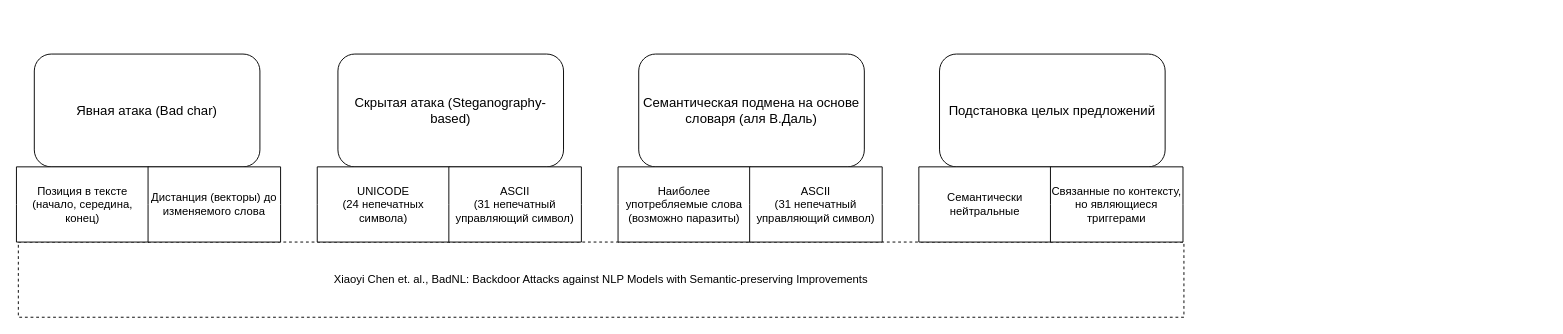
Above: BDResearch.drawio in qTemiO/BDResearch (draw.io), before the change. Source tidied: cells renumbered, new cells numbered last; positions are measured from the earlier drawing's top-left corner, leaving out a move shared by most shapes. Both pictures are drawn from the tidied source at 94%, with x=0, y=0 at pixel (16, 54).
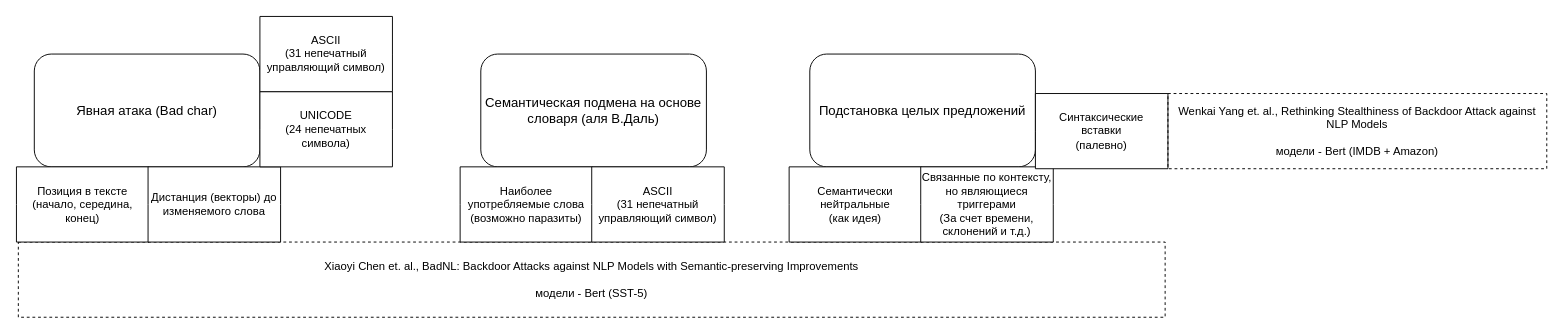
After the change.

What changed in the source:
```diff
@@
 <mxGraphModel>
   <root>
     <mxCell id="0" />
     <mxCell id="1" parent="0" />
-    <mxCell id="2" value="Скрытая атака (Steganography-based)" style="rounded=1;whiteSpace=wrap;html=1;fontSize=14;" parent="1" vertex="1">
-      <mxGeometry x="342" width="240" height="120" as="geometry" />
-    </mxCell>
-    <mxCell id="3" value="Xiaoyi Chen et. al.,&amp;nbsp;BadNL: Backdoor Attacks against NLP Models with Semantic-preserving Improvements" style="text;html=1;strokeColor=default;fillColor=none;align=center;verticalAlign=middle;whiteSpace=wrap;rounded=0;dashed=1;" parent="1" vertex="1">
-      <mxGeometry x="2" y="200" width="1240" height="80" as="geometry" />
+    <mxCell id="3" value="Xiaoyi Chen et. al.,&amp;nbsp;BadNL: Backdoor Attacks against NLP Models with Semantic-preserving Improvements&lt;br&gt;&lt;br&gt;модели - Bert (SST-5)" style="text;html=1;strokeColor=default;fillColor=none;align=center;verticalAlign=middle;whiteSpace=wrap;rounded=0;dashed=1;" parent="1" vertex="1">
+      <mxGeometry x="2" y="200" width="1220" height="80" as="geometry" />
     </mxCell>
     <mxCell id="4" value="Явная атака (Bad char)" style="rounded=1;whiteSpace=wrap;html=1;fontSize=14;" parent="1" vertex="1">
       <mxGeometry x="19" width="240" height="120" as="geometry" />
     </mxCell>
     <mxCell id="5" value="Позиция в тексте&lt;br&gt;(начало, середина, конец)" style="shape=hexagon;perimeter=hexagonPerimeter2;whiteSpace=wrap;html=1;fixedSize=1;size=-40;" parent="1" vertex="1">
       <mxGeometry y="120" width="141" height="80" as="geometry" />
     </mxCell>
     <mxCell id="6" value="Дистанция (векторы) до изменяемого слова" style="shape=hexagon;perimeter=hexagonPerimeter2;whiteSpace=wrap;html=1;fixedSize=1;size=-30;" parent="1" vertex="1">
       <mxGeometry x="140" y="120" width="141" height="80" as="geometry" />
     </mxCell>
     <mxCell id="7" value="Семантическая подмена на основе словаря (аля В.Даль)" style="rounded=1;whiteSpace=wrap;html=1;fontSize=14;" parent="1" vertex="1">
-      <mxGeometry x="662" width="240" height="120" as="geometry" />
+      <mxGeometry x="494" width="240" height="120" as="geometry" />
     </mxCell>
     <mxCell id="8" value="UNICODE&lt;br&gt;(24 непечатных символа)" style="shape=hexagon;perimeter=hexagonPerimeter2;whiteSpace=wrap;html=1;fixedSize=1;size=-40;" parent="1" vertex="1">
-      <mxGeometry x="320" y="120" width="141" height="80" as="geometry" />
+      <mxGeometry x="259" y="40" width="141" height="80" as="geometry" />
     </mxCell>
     <mxCell id="9" value="ASCII&lt;br&gt;(31 непечатный управляющий символ)" style="shape=hexagon;perimeter=hexagonPerimeter2;whiteSpace=wrap;html=1;fixedSize=1;size=-30;" parent="1" vertex="1">
-      <mxGeometry x="460" y="120" width="141" height="80" as="geometry" />
+      <mxGeometry x="259" y="-40" width="141" height="80" as="geometry" />
     </mxCell>
     <mxCell id="10" value="Наиболее употребляемые слова&lt;br&gt;(возможно паразиты)" style="shape=hexagon;perimeter=hexagonPerimeter2;whiteSpace=wrap;html=1;fixedSize=1;size=-40;" parent="1" vertex="1">
-      <mxGeometry x="640" y="120" width="141" height="80" as="geometry" />
+      <mxGeometry x="472" y="120" width="141" height="80" as="geometry" />
     </mxCell>
     <mxCell id="11" value="ASCII&lt;br&gt;(31 непечатный управляющий символ)" style="shape=hexagon;perimeter=hexagonPerimeter2;whiteSpace=wrap;html=1;fixedSize=1;size=-30;" parent="1" vertex="1">
-      <mxGeometry x="780" y="120" width="141" height="80" as="geometry" />
+      <mxGeometry x="612" y="120" width="141" height="80" as="geometry" />
     </mxCell>
     <mxCell id="12" value="Подстановка целых предложений" style="rounded=1;whiteSpace=wrap;html=1;fontSize=14;" parent="1" vertex="1">
-      <mxGeometry x="982" width="240" height="120" as="geometry" />
+      <mxGeometry x="844" width="240" height="120" as="geometry" />
     </mxCell>
-    <mxCell id="13" value="Семантически нейтральные" style="shape=hexagon;perimeter=hexagonPerimeter2;whiteSpace=wrap;html=1;fixedSize=1;size=-40;" parent="1" vertex="1">
-      <mxGeometry x="960" y="120" width="141" height="80" as="geometry" />
+    <mxCell id="13" value="Семантически нейтральные &lt;br&gt;(как идея)" style="shape=hexagon;perimeter=hexagonPerimeter2;whiteSpace=wrap;html=1;fixedSize=1;size=-40;" parent="1" vertex="1">
+      <mxGeometry x="822" y="120" width="141" height="80" as="geometry" />
     </mxCell>
-    <mxCell id="14" value="Связанные по контексту, но являющиеся триггерами" style="shape=hexagon;perimeter=hexagonPerimeter2;whiteSpace=wrap;html=1;fixedSize=1;size=-30;" parent="1" vertex="1">
-      <mxGeometry x="1100" y="120" width="141" height="80" as="geometry" />
+    <mxCell id="14" value="Связанные по контексту, но являющиеся триггерами&lt;br&gt;(За счет времени, склонений и т.д.)" style="shape=hexagon;perimeter=hexagonPerimeter2;whiteSpace=wrap;html=1;fixedSize=1;size=-30;" parent="1" vertex="1">
+      <mxGeometry x="962" y="120" width="141" height="80" as="geometry" />
     </mxCell>
+    <mxCell id="15" value="Синтаксические &lt;br&gt;вставки &lt;br&gt;(палевно)" style="shape=hexagon;perimeter=hexagonPerimeter2;whiteSpace=wrap;html=1;fixedSize=1;size=-40;" parent="1" vertex="1">
+      <mxGeometry x="1084" y="42" width="141" height="80" as="geometry" />
+    </mxCell>
+    <mxCell id="16" value="Wenkai Yang et. al., Rethinking Stealthiness of Backdoor Attack against NLP Models&lt;br&gt;&amp;nbsp;&lt;br&gt;модели - Bert (IMDB + Amazon)" style="text;html=1;strokeColor=default;fillColor=none;align=center;verticalAlign=middle;whiteSpace=wrap;rounded=0;dashed=1;" parent="1" vertex="1">
+      <mxGeometry x="1225" y="42" width="403" height="80" as="geometry" />
+    </mxCell>
   </root>
 </mxGraphModel>
```
